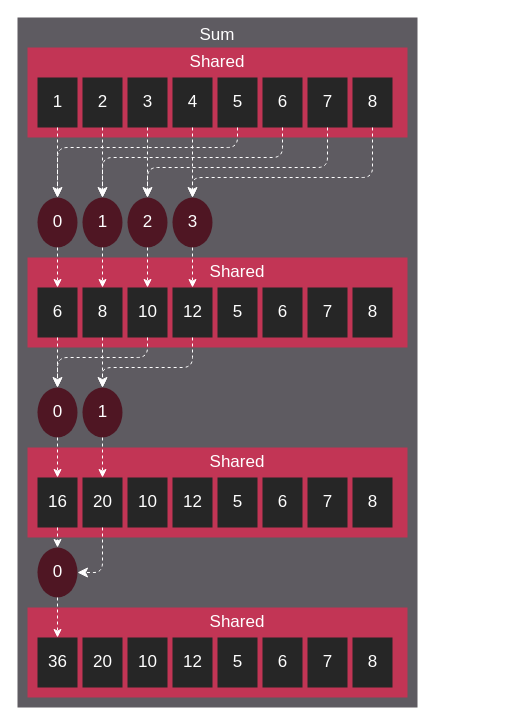
This is docs/data/tutorial/reduction/conflict_free_reduction.drawio from StreamHPC/HIP, a draw.io file, before an edit. Source tidied: cells renumbered, new cells numbered last; positions are measured from the earlier drawing's top-left corner, leaving out a move shared by most shapes. Both pictures are drawn from the tidied source at 100%, with x=0, y=0 at pixel (17, 17).
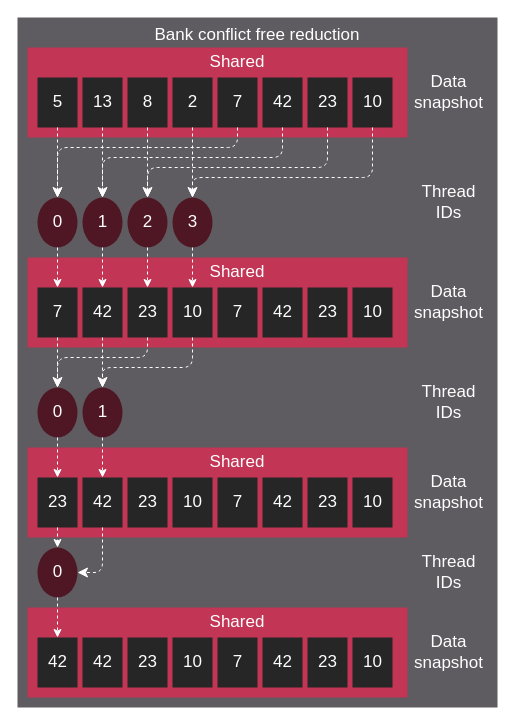
Above is the later version.

What changed in the source:
```diff
@@
     <mxCell id="2" style="rounded=0;whiteSpace=wrap;html=1;fillColor=#5E5B61;fontColor=#FFFFFF;strokeColor=none;spacing=0;" parent="1" vertex="1">
-      <mxGeometry width="400" height="690" as="geometry" />
+      <mxGeometry width="480" height="690" as="geometry" />
     </mxCell>
-    <mxCell id="3" value="Sum" style="text;strokeColor=none;fillColor=none;align=center;verticalAlign=middle;rounded=0;fontFamily=klavika;fontSize=17;fontColor=#FFFFFF;" parent="1" vertex="1">
-      <mxGeometry x="170" width="60" height="30" as="geometry" />
+    <mxCell id="3" value="Bank conflict free reduction" style="text;strokeColor=none;fillColor=none;align=center;verticalAlign=middle;rounded=0;fontFamily=klavika;fontSize=17;fontColor=#FFFFFF;" parent="1" vertex="1">
+      <mxGeometry x="210" width="60" height="30" as="geometry" />
     </mxCell>
@@
     <mxCell id="5" value="&lt;font face=&quot;Klavika&quot; style=&quot;font-size: 17px;&quot;&gt;Shared&lt;/font&gt;" style="text;html=1;strokeColor=none;fillColor=none;align=center;verticalAlign=middle;whiteSpace=wrap;rounded=0;fontSize=17;fontColor=#FFFFFF;" parent="1" vertex="1">
-      <mxGeometry x="170" y="30" width="60" height="30" as="geometry" />
+      <mxGeometry x="190" y="30" width="60" height="30" as="geometry" />
     </mxCell>
@@
-    <mxCell id="7" value="1" style="text;html=1;strokeColor=none;fillColor=none;align=center;verticalAlign=middle;whiteSpace=wrap;rounded=0;fontFamily=Klavika;fontSize=17;fontColor=#FFFFFF;" parent="1" vertex="1">
+    <mxCell id="7" value="5" style="text;html=1;strokeColor=none;fillColor=none;align=center;verticalAlign=middle;whiteSpace=wrap;rounded=0;fontFamily=Klavika;fontSize=17;fontColor=#FFFFFF;" parent="1" vertex="1">
       <mxGeometry x="27.5" y="70" width="25" height="30" as="geometry" />
     </mxCell>
@@
-    <mxCell id="10" value="2" style="text;html=1;strokeColor=none;fillColor=none;align=center;verticalAlign=middle;whiteSpace=wrap;rounded=0;fontFamily=Klavika;fontSize=17;fontColor=#FFFFFF;" parent="1" vertex="1">
+    <mxCell id="10" value="13" style="text;html=1;strokeColor=none;fillColor=none;align=center;verticalAlign=middle;whiteSpace=wrap;rounded=0;fontFamily=Klavika;fontSize=17;fontColor=#FFFFFF;" parent="1" vertex="1">
       <mxGeometry x="72.5" y="70" width="25" height="30" as="geometry" />
     </mxCell>
@@
-    <mxCell id="14" value="3" style="text;html=1;strokeColor=none;fillColor=none;align=center;verticalAlign=middle;whiteSpace=wrap;rounded=0;fontFamily=Klavika;fontSize=17;fontColor=#FFFFFF;" parent="1" vertex="1">
+    <mxCell id="14" value="8" style="text;html=1;strokeColor=none;fillColor=none;align=center;verticalAlign=middle;whiteSpace=wrap;rounded=0;fontFamily=Klavika;fontSize=17;fontColor=#FFFFFF;" parent="1" vertex="1">
       <mxGeometry x="117.5" y="70" width="25" height="30" as="geometry" />
     </mxCell>
@@
-    <mxCell id="17" value="4" style="text;html=1;strokeColor=none;fillColor=none;align=center;verticalAlign=middle;whiteSpace=wrap;rounded=0;fontFamily=Klavika;fontSize=17;fontColor=#FFFFFF;" parent="1" vertex="1">
+    <mxCell id="17" value="2" style="text;html=1;strokeColor=none;fillColor=none;align=center;verticalAlign=middle;whiteSpace=wrap;rounded=0;fontFamily=Klavika;fontSize=17;fontColor=#FFFFFF;" parent="1" vertex="1">
       <mxGeometry x="162.5" y="70" width="25" height="30" as="geometry" />
     </mxCell>
@@
-    <mxCell id="21" value="5" style="text;html=1;strokeColor=none;fillColor=none;align=center;verticalAlign=middle;whiteSpace=wrap;rounded=0;fontFamily=Klavika;fontSize=17;fontColor=#FFFFFF;" parent="1" vertex="1">
+    <mxCell id="21" value="7" style="text;html=1;strokeColor=none;fillColor=none;align=center;verticalAlign=middle;whiteSpace=wrap;rounded=0;fontFamily=Klavika;fontSize=17;fontColor=#FFFFFF;" parent="1" vertex="1">
       <mxGeometry x="207.5" y="70" width="25" height="30" as="geometry" />
     </mxCell>
@@
-    <mxCell id="24" value="6" style="text;html=1;strokeColor=none;fillColor=none;align=center;verticalAlign=middle;whiteSpace=wrap;rounded=0;fontFamily=Klavika;fontSize=17;fontColor=#FFFFFF;" parent="1" vertex="1">
+    <mxCell id="24" value="42" style="text;html=1;strokeColor=none;fillColor=none;align=center;verticalAlign=middle;whiteSpace=wrap;rounded=0;fontFamily=Klavika;fontSize=17;fontColor=#FFFFFF;" parent="1" vertex="1">
       <mxGeometry x="252.5" y="70" width="25" height="30" as="geometry" />
     </mxCell>
@@
-    <mxCell id="28" value="7" style="text;html=1;strokeColor=none;fillColor=none;align=center;verticalAlign=middle;whiteSpace=wrap;rounded=0;fontFamily=Klavika;fontSize=17;fontColor=#FFFFFF;" parent="1" vertex="1">
+    <mxCell id="28" value="23" style="text;html=1;strokeColor=none;fillColor=none;align=center;verticalAlign=middle;whiteSpace=wrap;rounded=0;fontFamily=Klavika;fontSize=17;fontColor=#FFFFFF;" parent="1" vertex="1">
       <mxGeometry x="297.5" y="70" width="25" height="30" as="geometry" />
     </mxCell>
@@
-    <mxCell id="31" value="8" style="text;html=1;strokeColor=none;fillColor=none;align=center;verticalAlign=middle;whiteSpace=wrap;rounded=0;fontFamily=Klavika;fontSize=17;fontColor=#FFFFFF;" parent="1" vertex="1">
+    <mxCell id="31" value="10" style="text;html=1;strokeColor=none;fillColor=none;align=center;verticalAlign=middle;whiteSpace=wrap;rounded=0;fontFamily=Klavika;fontSize=17;fontColor=#FFFFFF;" parent="1" vertex="1">
       <mxGeometry x="342.5" y="70" width="25" height="30" as="geometry" />
     </mxCell>
@@
-    <mxCell id="37" value="6" style="text;html=1;strokeColor=none;fillColor=none;align=center;verticalAlign=middle;whiteSpace=wrap;rounded=0;fontFamily=Klavika;fontSize=17;fontColor=#FFFFFF;" parent="1" vertex="1">
+    <mxCell id="37" value="7" style="text;html=1;strokeColor=none;fillColor=none;align=center;verticalAlign=middle;whiteSpace=wrap;rounded=0;fontFamily=Klavika;fontSize=17;fontColor=#FFFFFF;" parent="1" vertex="1">
       <mxGeometry x="27.5" y="280" width="25" height="30" as="geometry" />
     </mxCell>
@@
-    <mxCell id="39" value="8" style="text;html=1;strokeColor=none;fillColor=none;align=center;verticalAlign=middle;whiteSpace=wrap;rounded=0;fontFamily=Klavika;fontSize=17;fontColor=#FFFFFF;" parent="1" vertex="1">
+    <mxCell id="39" value="42" style="text;html=1;strokeColor=none;fillColor=none;align=center;verticalAlign=middle;whiteSpace=wrap;rounded=0;fontFamily=Klavika;fontSize=17;fontColor=#FFFFFF;" parent="1" vertex="1">
       <mxGeometry x="72.5" y="280" width="25" height="30" as="geometry" />
     </mxCell>
@@
-    <mxCell id="41" value="10" style="text;html=1;strokeColor=none;fillColor=none;align=center;verticalAlign=middle;whiteSpace=wrap;rounded=0;fontFamily=Klavika;fontSize=17;fontColor=#FFFFFF;" parent="1" vertex="1">
+    <mxCell id="41" value="23" style="text;html=1;strokeColor=none;fillColor=none;align=center;verticalAlign=middle;whiteSpace=wrap;rounded=0;fontFamily=Klavika;fontSize=17;fontColor=#FFFFFF;" parent="1" vertex="1">
       <mxGeometry x="117.5" y="280" width="25" height="30" as="geometry" />
     </mxCell>
@@
-    <mxCell id="43" value="12" style="text;html=1;strokeColor=none;fillColor=none;align=center;verticalAlign=middle;whiteSpace=wrap;rounded=0;fontFamily=Klavika;fontSize=17;fontColor=#FFFFFF;" parent="1" vertex="1">
+    <mxCell id="43" value="10" style="text;html=1;strokeColor=none;fillColor=none;align=center;verticalAlign=middle;whiteSpace=wrap;rounded=0;fontFamily=Klavika;fontSize=17;fontColor=#FFFFFF;" parent="1" vertex="1">
       <mxGeometry x="162.5" y="280" width="25" height="30" as="geometry" />
     </mxCell>
@@
-    <mxCell id="45" value="5" style="text;html=1;strokeColor=none;fillColor=none;align=center;verticalAlign=middle;whiteSpace=wrap;rounded=0;fontFamily=Klavika;fontSize=17;fontColor=#FFFFFF;" parent="1" vertex="1">
+    <mxCell id="45" value="7" style="text;html=1;strokeColor=none;fillColor=none;align=center;verticalAlign=middle;whiteSpace=wrap;rounded=0;fontFamily=Klavika;fontSize=17;fontColor=#FFFFFF;" parent="1" vertex="1">
       <mxGeometry x="207.5" y="280" width="25" height="30" as="geometry" />
     </mxCell>
@@
-    <mxCell id="47" value="6" style="text;html=1;strokeColor=none;fillColor=none;align=center;verticalAlign=middle;whiteSpace=wrap;rounded=0;fontFamily=Klavika;fontSize=17;fontColor=#FFFFFF;" parent="1" vertex="1">
+    <mxCell id="47" value="42" style="text;html=1;strokeColor=none;fillColor=none;align=center;verticalAlign=middle;whiteSpace=wrap;rounded=0;fontFamily=Klavika;fontSize=17;fontColor=#FFFFFF;" parent="1" vertex="1">
       <mxGeometry x="252.5" y="280" width="25" height="30" as="geometry" />
     </mxCell>
@@
-    <mxCell id="49" value="7" style="text;html=1;strokeColor=none;fillColor=none;align=center;verticalAlign=middle;whiteSpace=wrap;rounded=0;fontFamily=Klavika;fontSize=17;fontColor=#FFFFFF;" parent="1" vertex="1">
+    <mxCell id="49" value="23" style="text;html=1;strokeColor=none;fillColor=none;align=center;verticalAlign=middle;whiteSpace=wrap;rounded=0;fontFamily=Klavika;fontSize=17;fontColor=#FFFFFF;" parent="1" vertex="1">
       <mxGeometry x="297.5" y="280" width="25" height="30" as="geometry" />
     </mxCell>
@@
-    <mxCell id="51" value="8" style="text;html=1;strokeColor=none;fillColor=none;align=center;verticalAlign=middle;whiteSpace=wrap;rounded=0;fontFamily=Klavika;fontSize=17;fontColor=#FFFFFF;" parent="1" vertex="1">
+    <mxCell id="51" value="10" style="text;html=1;strokeColor=none;fillColor=none;align=center;verticalAlign=middle;whiteSpace=wrap;rounded=0;fontFamily=Klavika;fontSize=17;fontColor=#FFFFFF;" parent="1" vertex="1">
       <mxGeometry x="342.5" y="280" width="25" height="30" as="geometry" />
     </mxCell>
@@
-    <mxCell id="67" value="16" style="text;html=1;strokeColor=none;fillColor=none;align=center;verticalAlign=middle;whiteSpace=wrap;rounded=0;fontFamily=Klavika;fontSize=17;fontColor=#FFFFFF;" parent="1" vertex="1">
+    <mxCell id="67" value="23" style="text;html=1;strokeColor=none;fillColor=none;align=center;verticalAlign=middle;whiteSpace=wrap;rounded=0;fontFamily=Klavika;fontSize=17;fontColor=#FFFFFF;" parent="1" vertex="1">
       <mxGeometry x="27.5" y="470" width="25" height="30" as="geometry" />
     </mxCell>
@@
-    <mxCell id="69" value="20" style="text;html=1;strokeColor=none;fillColor=none;align=center;verticalAlign=middle;whiteSpace=wrap;rounded=0;fontFamily=Klavika;fontSize=17;fontColor=#FFFFFF;" parent="1" vertex="1">
+    <mxCell id="69" value="42" style="text;html=1;strokeColor=none;fillColor=none;align=center;verticalAlign=middle;whiteSpace=wrap;rounded=0;fontFamily=Klavika;fontSize=17;fontColor=#FFFFFF;" parent="1" vertex="1">
       <mxGeometry x="72.5" y="470" width="25" height="30" as="geometry" />
     </mxCell>
@@
-    <mxCell id="71" value="10" style="text;html=1;strokeColor=none;fillColor=none;align=center;verticalAlign=middle;whiteSpace=wrap;rounded=0;fontFamily=Klavika;fontSize=17;fontColor=#FFFFFF;" parent="1" vertex="1">
+    <mxCell id="71" value="23" style="text;html=1;strokeColor=none;fillColor=none;align=center;verticalAlign=middle;whiteSpace=wrap;rounded=0;fontFamily=Klavika;fontSize=17;fontColor=#FFFFFF;" parent="1" vertex="1">
       <mxGeometry x="117.5" y="470" width="25" height="30" as="geometry" />
     </mxCell>
@@
-    <mxCell id="73" value="12" style="text;html=1;strokeColor=none;fillColor=none;align=center;verticalAlign=middle;whiteSpace=wrap;rounded=0;fontFamily=Klavika;fontSize=17;fontColor=#FFFFFF;" parent="1" vertex="1">
+    <mxCell id="73" value="10" style="text;html=1;strokeColor=none;fillColor=none;align=center;verticalAlign=middle;whiteSpace=wrap;rounded=0;fontFamily=Klavika;fontSize=17;fontColor=#FFFFFF;" parent="1" vertex="1">
       <mxGeometry x="162.5" y="470" width="25" height="30" as="geometry" />
     </mxCell>
@@
-    <mxCell id="75" value="5" style="text;html=1;strokeColor=none;fillColor=none;align=center;verticalAlign=middle;whiteSpace=wrap;rounded=0;fontFamily=Klavika;fontSize=17;fontColor=#FFFFFF;" parent="1" vertex="1">
+    <mxCell id="75" value="7" style="text;html=1;strokeColor=none;fillColor=none;align=center;verticalAlign=middle;whiteSpace=wrap;rounded=0;fontFamily=Klavika;fontSize=17;fontColor=#FFFFFF;" parent="1" vertex="1">
       <mxGeometry x="207.5" y="470" width="25" height="30" as="geometry" />
     </mxCell>
@@
-    <mxCell id="77" value="6" style="text;html=1;strokeColor=none;fillColor=none;align=center;verticalAlign=middle;whiteSpace=wrap;rounded=0;fontFamily=Klavika;fontSize=17;fontColor=#FFFFFF;" parent="1" vertex="1">
+    <mxCell id="77" value="42" style="text;html=1;strokeColor=none;fillColor=none;align=center;verticalAlign=middle;whiteSpace=wrap;rounded=0;fontFamily=Klavika;fontSize=17;fontColor=#FFFFFF;" parent="1" vertex="1">
       <mxGeometry x="252.5" y="470" width="25" height="30" as="geometry" />
     </mxCell>
@@
-    <mxCell id="79" value="7" style="text;html=1;strokeColor=none;fillColor=none;align=center;verticalAlign=middle;whiteSpace=wrap;rounded=0;fontFamily=Klavika;fontSize=17;fontColor=#FFFFFF;" parent="1" vertex="1">
+    <mxCell id="79" value="23" style="text;html=1;strokeColor=none;fillColor=none;align=center;verticalAlign=middle;whiteSpace=wrap;rounded=0;fontFamily=Klavika;fontSize=17;fontColor=#FFFFFF;" parent="1" vertex="1">
       <mxGeometry x="297.5" y="470" width="25" height="30" as="geometry" />
     </mxCell>
@@
-    <mxCell id="81" value="8" style="text;html=1;strokeColor=none;fillColor=none;align=center;verticalAlign=middle;whiteSpace=wrap;rounded=0;fontFamily=Klavika;fontSize=17;fontColor=#FFFFFF;" parent="1" vertex="1">
+    <mxCell id="81" value="10" style="text;html=1;strokeColor=none;fillColor=none;align=center;verticalAlign=middle;whiteSpace=wrap;rounded=0;fontFamily=Klavika;fontSize=17;fontColor=#FFFFFF;" parent="1" vertex="1">
       <mxGeometry x="342.5" y="470" width="25" height="30" as="geometry" />
     </mxCell>
@@
-    <mxCell id="93" value="36" style="text;html=1;strokeColor=none;fillColor=none;align=center;verticalAlign=middle;whiteSpace=wrap;rounded=0;fontFamily=Klavika;fontSize=17;fontColor=#FFFFFF;" parent="1" vertex="1">
+    <mxCell id="93" value="42" style="text;html=1;strokeColor=none;fillColor=none;align=center;verticalAlign=middle;whiteSpace=wrap;rounded=0;fontFamily=Klavika;fontSize=17;fontColor=#FFFFFF;" parent="1" vertex="1">
       <mxGeometry x="27.5" y="630" width="25" height="30" as="geometry" />
     </mxCell>
@@
-    <mxCell id="95" value="20" style="text;html=1;strokeColor=none;fillColor=none;align=center;verticalAlign=middle;whiteSpace=wrap;rounded=0;fontFamily=Klavika;fontSize=17;fontColor=#FFFFFF;" parent="1" vertex="1">
+    <mxCell id="95" value="42" style="text;html=1;strokeColor=none;fillColor=none;align=center;verticalAlign=middle;whiteSpace=wrap;rounded=0;fontFamily=Klavika;fontSize=17;fontColor=#FFFFFF;" parent="1" vertex="1">
       <mxGeometry x="72.5" y="630" width="25" height="30" as="geometry" />
     </mxCell>
@@
-    <mxCell id="97" value="10" style="text;html=1;strokeColor=none;fillColor=none;align=center;verticalAlign=middle;whiteSpace=wrap;rounded=0;fontFamily=Klavika;fontSize=17;fontColor=#FFFFFF;" parent="1" vertex="1">
+    <mxCell id="97" value="23" style="text;html=1;strokeColor=none;fillColor=none;align=center;verticalAlign=middle;whiteSpace=wrap;rounded=0;fontFamily=Klavika;fontSize=17;fontColor=#FFFFFF;" parent="1" vertex="1">
       <mxGeometry x="117.5" y="630" width="25" height="30" as="geometry" />
     </mxCell>
@@
-    <mxCell id="99" value="12" style="text;html=1;strokeColor=none;fillColor=none;align=center;verticalAlign=middle;whiteSpace=wrap;rounded=0;fontFamily=Klavika;fontSize=17;fontColor=#FFFFFF;" parent="1" vertex="1">
+    <mxCell id="99" value="10" style="text;html=1;strokeColor=none;fillColor=none;align=center;verticalAlign=middle;whiteSpace=wrap;rounded=0;fontFamily=Klavika;fontSize=17;fontColor=#FFFFFF;" parent="1" vertex="1">
       <mxGeometry x="162.5" y="630" width="25" height="30" as="geometry" />
     </mxCell>
@@
-    <mxCell id="101" value="5" style="text;html=1;strokeColor=none;fillColor=none;align=center;verticalAlign=middle;whiteSpace=wrap;rounded=0;fontFamily=Klavika;fontSize=17;fontColor=#FFFFFF;" parent="1" vertex="1">
+    <mxCell id="101" value="7" style="text;html=1;strokeColor=none;fillColor=none;align=center;verticalAlign=middle;whiteSpace=wrap;rounded=0;fontFamily=Klavika;fontSize=17;fontColor=#FFFFFF;" parent="1" vertex="1">
       <mxGeometry x="207.5" y="630" width="25" height="30" as="geometry" />
     </mxCell>
@@
-    <mxCell id="103" value="6" style="text;html=1;strokeColor=none;fillColor=none;align=center;verticalAlign=middle;whiteSpace=wrap;rounded=0;fontFamily=Klavika;fontSize=17;fontColor=#FFFFFF;" parent="1" vertex="1">
+    <mxCell id="103" value="42" style="text;html=1;strokeColor=none;fillColor=none;align=center;verticalAlign=middle;whiteSpace=wrap;rounded=0;fontFamily=Klavika;fontSize=17;fontColor=#FFFFFF;" parent="1" vertex="1">
       <mxGeometry x="252.5" y="630" width="25" height="30" as="geometry" />
     </mxCell>
@@
-    <mxCell id="105" value="7" style="text;html=1;strokeColor=none;fillColor=none;align=center;verticalAlign=middle;whiteSpace=wrap;rounded=0;fontFamily=Klavika;fontSize=17;fontColor=#FFFFFF;" parent="1" vertex="1">
+    <mxCell id="105" value="23" style="text;html=1;strokeColor=none;fillColor=none;align=center;verticalAlign=middle;whiteSpace=wrap;rounded=0;fontFamily=Klavika;fontSize=17;fontColor=#FFFFFF;" parent="1" vertex="1">
       <mxGeometry x="297.5" y="630" width="25" height="30" as="geometry" />
     </mxCell>
@@
-    <mxCell id="107" value="8" style="text;html=1;strokeColor=none;fillColor=none;align=center;verticalAlign=middle;whiteSpace=wrap;rounded=0;fontFamily=Klavika;fontSize=17;fontColor=#FFFFFF;" parent="1" vertex="1">
+    <mxCell id="107" value="10" style="text;html=1;strokeColor=none;fillColor=none;align=center;verticalAlign=middle;whiteSpace=wrap;rounded=0;fontFamily=Klavika;fontSize=17;fontColor=#FFFFFF;" parent="1" vertex="1">
       <mxGeometry x="342.5" y="630" width="25" height="30" as="geometry" />
     </mxCell>
@@
+    <mxCell id="111" value="Thread IDs" style="text;strokeColor=none;fillColor=none;align=center;verticalAlign=middle;rounded=0;fontFamily=klavika;fontSize=17;fontColor=#FFFFFF;whiteSpace=wrap;rotation=0;" parent="1" vertex="1">
+      <mxGeometry x="400" y="170" width="62.5" height="30" as="geometry" />
+    </mxCell>
+    <mxCell id="112" value="Data snapshot" style="text;strokeColor=none;fillColor=none;align=center;verticalAlign=middle;rounded=0;fontFamily=klavika;fontSize=17;fontColor=#FFFFFF;whiteSpace=wrap;rotation=0;" parent="1" vertex="1">
+      <mxGeometry x="400" y="50" width="62.5" height="50" as="geometry" />
+    </mxCell>
+    <mxCell id="113" value="Thread IDs" style="text;strokeColor=none;fillColor=none;align=center;verticalAlign=middle;rounded=0;fontFamily=klavika;fontSize=17;fontColor=#FFFFFF;whiteSpace=wrap;rotation=0;" parent="1" vertex="1">
+      <mxGeometry x="400" y="370" width="62.5" height="30" as="geometry" />
+    </mxCell>
+    <mxCell id="114" value="Data snapshot" style="text;strokeColor=none;fillColor=none;align=center;verticalAlign=middle;rounded=0;fontFamily=klavika;fontSize=17;fontColor=#FFFFFF;whiteSpace=wrap;rotation=0;" parent="1" vertex="1">
+      <mxGeometry x="400" y="260" width="62.5" height="50" as="geometry" />
+    </mxCell>
+    <mxCell id="115" value="Thread IDs" style="text;strokeColor=none;fillColor=none;align=center;verticalAlign=middle;rounded=0;fontFamily=klavika;fontSize=17;fontColor=#FFFFFF;whiteSpace=wrap;rotation=0;" parent="1" vertex="1">
+      <mxGeometry x="400" y="540" width="62.5" height="30" as="geometry" />
+    </mxCell>
+    <mxCell id="116" value="Data snapshot" style="text;strokeColor=none;fillColor=none;align=center;verticalAlign=middle;rounded=0;fontFamily=klavika;fontSize=17;fontColor=#FFFFFF;whiteSpace=wrap;rotation=0;" parent="1" vertex="1">
+      <mxGeometry x="400" y="450" width="62.5" height="50" as="geometry" />
+    </mxCell>
+    <mxCell id="117" value="Data snapshot" style="text;strokeColor=none;fillColor=none;align=center;verticalAlign=middle;rounded=0;fontFamily=klavika;fontSize=17;fontColor=#FFFFFF;whiteSpace=wrap;rotation=0;" parent="1" vertex="1">
+      <mxGeometry x="400" y="610" width="62.5" height="50" as="geometry" />
+    </mxCell>
```
